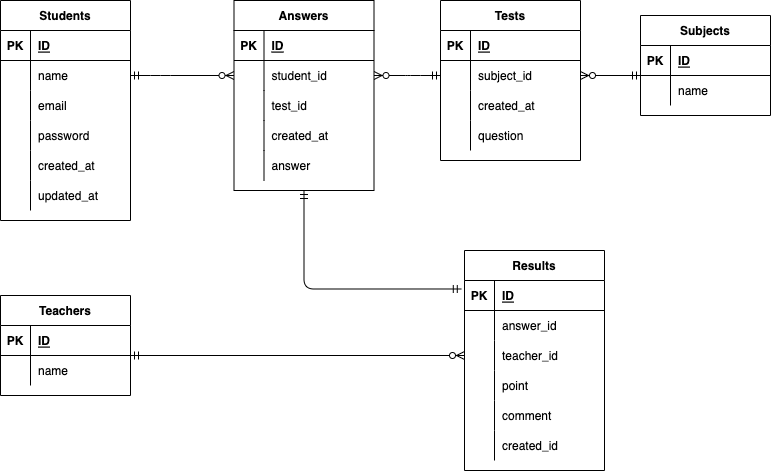
Above: dbstudy.drawio.png in takahikoarai/db-practice (draw.io), before the change. Source tidied: cells renumbered, new cells last; positions are measured from the earlier drawing's top-left corner, leaving out a move shared by most shapes.
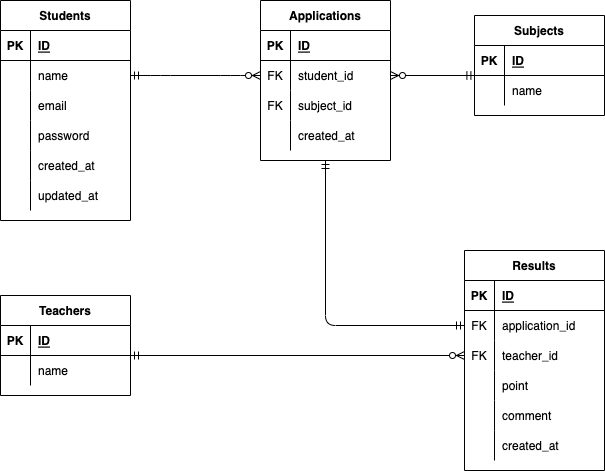
The same file after the commit.

The edit, as a diff of the source:
```diff
@@ -59,54 +59,6 @@
     <mxCell id="20" value="updated_at" style="shape=partialRectangle;fillColor=none;top=0;left=0;bottom=0;right=0;align=left;spacingLeft=6;overflow=hidden;" parent="18" vertex="1">
       <mxGeometry x="30" width="100" height="30" as="geometry" />
     </mxCell>
-    <mxCell id="21" value="Answers" style="shape=table;startSize=30;rowLines=0;fontStyle=1;align=center;" parent="1" vertex="1">
-      <mxGeometry x="233.5" width="140" height="190" as="geometry" />
-    </mxCell>
-    <mxCell id="22" style="shape=partialRectangle;fillColor=none;top=0;left=0;bottom=1;right=0;" parent="21" vertex="1">
-      <mxGeometry y="30" width="140" height="30" as="geometry" />
-    </mxCell>
-    <mxCell id="23" value="PK" style="shape=partialRectangle;fillColor=none;top=0;left=0;bottom=0;right=0;fontStyle=1;overflow=hidden;" parent="22" vertex="1">
-      <mxGeometry width="30" height="30" as="geometry" />
-    </mxCell>
-    <mxCell id="24" value="ID" style="shape=partialRectangle;fillColor=none;top=0;left=0;bottom=0;right=0;align=left;spacingLeft=6;fontStyle=5;overflow=hidden;" parent="22" vertex="1">
-      <mxGeometry x="30" width="110" height="30" as="geometry" />
-    </mxCell>
-    <mxCell id="25" style="shape=partialRectangle;fillColor=none;top=0;left=0;bottom=0;right=0;points=[[0,0.5],[1,0.5]];portConstraint=eastwest;" parent="21" vertex="1">
-      <mxGeometry y="60" width="140" height="30" as="geometry" />
-    </mxCell>
-    <mxCell id="26" style="shape=partialRectangle;fillColor=none;top=0;left=0;bottom=0;right=0;overflow=hidden;" parent="25" vertex="1">
-      <mxGeometry width="30" height="30" as="geometry" />
-    </mxCell>
-    <mxCell id="27" value="student_id" style="shape=partialRectangle;fillColor=none;top=0;left=0;bottom=0;right=0;align=left;spacingLeft=6;overflow=hidden;" parent="25" vertex="1">
-      <mxGeometry x="30" width="110" height="30" as="geometry" />
-    </mxCell>
-    <mxCell id="28" style="shape=partialRectangle;fillColor=none;top=0;left=0;bottom=0;right=0;" parent="21" vertex="1">
-      <mxGeometry y="90" width="140" height="30" as="geometry" />
-    </mxCell>
-    <mxCell id="29" style="shape=partialRectangle;fillColor=none;top=0;left=0;bottom=0;right=0;overflow=hidden;" parent="28" vertex="1">
-      <mxGeometry width="30" height="30" as="geometry" />
-    </mxCell>
-    <mxCell id="30" value="test_id" style="shape=partialRectangle;fillColor=none;top=0;left=0;bottom=0;right=0;align=left;spacingLeft=6;overflow=hidden;" parent="28" vertex="1">
-      <mxGeometry x="30" width="110" height="30" as="geometry" />
-    </mxCell>
-    <mxCell id="31" style="shape=partialRectangle;fillColor=none;top=0;left=0;bottom=0;right=0;" parent="21" vertex="1">
-      <mxGeometry y="120" width="140" height="30" as="geometry" />
-    </mxCell>
-    <mxCell id="32" style="shape=partialRectangle;fillColor=none;top=0;left=0;bottom=0;right=0;overflow=hidden;" parent="31" vertex="1">
-      <mxGeometry width="30" height="30" as="geometry" />
-    </mxCell>
-    <mxCell id="33" value="created_at" style="shape=partialRectangle;fillColor=none;top=0;left=0;bottom=0;right=0;align=left;spacingLeft=6;overflow=hidden;" parent="31" vertex="1">
-      <mxGeometry x="30" width="110" height="30" as="geometry" />
-    </mxCell>
-    <mxCell id="34" style="shape=partialRectangle;fillColor=none;top=0;left=0;bottom=0;right=0;" parent="21" vertex="1">
-      <mxGeometry y="150" width="140" height="30" as="geometry" />
-    </mxCell>
-    <mxCell id="35" style="shape=partialRectangle;fillColor=none;top=0;left=0;bottom=0;right=0;overflow=hidden;" parent="34" vertex="1">
-      <mxGeometry width="30" height="30" as="geometry" />
-    </mxCell>
-    <mxCell id="36" value="answer" style="shape=partialRectangle;fillColor=none;top=0;left=0;bottom=0;right=0;align=left;spacingLeft=6;overflow=hidden;" parent="34" vertex="1">
-      <mxGeometry x="30" width="110" height="30" as="geometry" />
-    </mxCell>
     <mxCell id="37" value="Results" style="shape=table;startSize=30;rowLines=0;fontStyle=1;align=center;" parent="1" vertex="1">
       <mxGeometry x="464" y="250" width="140" height="220" as="geometry" />
     </mxCell>
@@ -122,16 +74,16 @@
     <mxCell id="41" style="shape=partialRectangle;fillColor=none;top=0;left=0;bottom=0;right=0;points=[[0,0.5],[1,0.5]];portConstraint=eastwest;" parent="37" vertex="1">
       <mxGeometry y="60" width="140" height="30" as="geometry" />
     </mxCell>
-    <mxCell id="42" style="shape=partialRectangle;fillColor=none;top=0;left=0;bottom=0;right=0;overflow=hidden;" parent="41" vertex="1">
+    <mxCell id="42" value="FK" style="shape=partialRectangle;fillColor=none;top=0;left=0;bottom=0;right=0;overflow=hidden;" parent="41" vertex="1">
       <mxGeometry width="30" height="30" as="geometry" />
     </mxCell>
-    <mxCell id="43" value="answer_id" style="shape=partialRectangle;fillColor=none;top=0;left=0;bottom=0;right=0;align=left;spacingLeft=6;overflow=hidden;" parent="41" vertex="1">
+    <mxCell id="43" value="application_id" style="shape=partialRectangle;fillColor=none;top=0;left=0;bottom=0;right=0;align=left;spacingLeft=6;overflow=hidden;" parent="41" vertex="1">
       <mxGeometry x="30" width="110" height="30" as="geometry" />
     </mxCell>
     <mxCell id="44" style="shape=partialRectangle;fillColor=none;top=0;left=0;bottom=0;right=0;points=[[0,0.5],[1,0.5]];portConstraint=eastwest;" parent="37" vertex="1">
       <mxGeometry y="90" width="140" height="30" as="geometry" />
     </mxCell>
-    <mxCell id="45" style="shape=partialRectangle;fillColor=none;top=0;left=0;bottom=0;right=0;overflow=hidden;" parent="44" vertex="1">
+    <mxCell id="45" value="FK" style="shape=partialRectangle;fillColor=none;top=0;left=0;bottom=0;right=0;overflow=hidden;" parent="44" vertex="1">
       <mxGeometry width="30" height="30" as="geometry" />
     </mxCell>
     <mxCell id="46" value="teacher_id" style="shape=partialRectangle;fillColor=none;top=0;left=0;bottom=0;right=0;align=left;spacingLeft=6;overflow=hidden;" parent="44" vertex="1">
@@ -161,48 +113,9 @@
     <mxCell id="54" style="shape=partialRectangle;fillColor=none;top=0;left=0;bottom=0;right=0;overflow=hidden;" parent="53" vertex="1">
       <mxGeometry width="30" height="30" as="geometry" />
     </mxCell>
-    <mxCell id="55" value="created_id" style="shape=partialRectangle;fillColor=none;top=0;left=0;bottom=0;right=0;align=left;spacingLeft=6;overflow=hidden;" parent="53" vertex="1">
+    <mxCell id="55" value="created_at" style="shape=partialRectangle;fillColor=none;top=0;left=0;bottom=0;right=0;align=left;spacingLeft=6;overflow=hidden;" parent="53" vertex="1">
       <mxGeometry x="30" width="110" height="30" as="geometry" />
     </mxCell>
-    <mxCell id="56" value="Tests" style="shape=table;startSize=30;rowLines=0;fontStyle=1;align=center;" parent="1" vertex="1">
-      <mxGeometry x="440" width="140" height="160" as="geometry" />
-    </mxCell>
-    <mxCell id="57" style="shape=partialRectangle;fillColor=none;top=0;left=0;bottom=1;right=0;" parent="56" vertex="1">
-      <mxGeometry y="30" width="140" height="30" as="geometry" />
-    </mxCell>
-    <mxCell id="58" value="PK" style="shape=partialRectangle;fillColor=none;top=0;left=0;bottom=0;right=0;fontStyle=1;overflow=hidden;" parent="57" vertex="1">
-      <mxGeometry width="30" height="30" as="geometry" />
-    </mxCell>
-    <mxCell id="59" value="ID" style="shape=partialRectangle;fillColor=none;top=0;left=0;bottom=0;right=0;align=left;spacingLeft=6;fontStyle=5;overflow=hidden;" parent="57" vertex="1">
-      <mxGeometry x="30" width="110" height="30" as="geometry" />
-    </mxCell>
-    <mxCell id="60" style="shape=partialRectangle;fillColor=none;top=0;left=0;bottom=0;right=0;points=[[0,0.5],[1,0.5]];portConstraint=eastwest;" parent="56" vertex="1">
-      <mxGeometry y="60" width="140" height="30" as="geometry" />
-    </mxCell>
-    <mxCell id="61" style="shape=partialRectangle;fillColor=none;top=0;left=0;bottom=0;right=0;overflow=hidden;" parent="60" vertex="1">
-      <mxGeometry width="30" height="30" as="geometry" />
-    </mxCell>
-    <mxCell id="62" value="subject_id" style="shape=partialRectangle;fillColor=none;top=0;left=0;bottom=0;right=0;align=left;spacingLeft=6;overflow=hidden;" parent="60" vertex="1">
-      <mxGeometry x="30" width="110" height="30" as="geometry" />
-    </mxCell>
-    <mxCell id="63" style="shape=partialRectangle;fillColor=none;top=0;left=0;bottom=0;right=0;" parent="56" vertex="1">
-      <mxGeometry y="90" width="140" height="30" as="geometry" />
-    </mxCell>
-    <mxCell id="64" style="shape=partialRectangle;fillColor=none;top=0;left=0;bottom=0;right=0;overflow=hidden;" parent="63" vertex="1">
-      <mxGeometry width="30" height="30" as="geometry" />
-    </mxCell>
-    <mxCell id="65" value="created_at" style="shape=partialRectangle;fillColor=none;top=0;left=0;bottom=0;right=0;align=left;spacingLeft=6;overflow=hidden;" parent="63" vertex="1">
-      <mxGeometry x="30" width="110" height="30" as="geometry" />
-    </mxCell>
-    <mxCell id="66" style="shape=partialRectangle;fillColor=none;top=0;left=0;bottom=0;right=0;" parent="56" vertex="1">
-      <mxGeometry y="120" width="140" height="30" as="geometry" />
-    </mxCell>
-    <mxCell id="67" style="shape=partialRectangle;fillColor=none;top=0;left=0;bottom=0;right=0;overflow=hidden;" parent="66" vertex="1">
-      <mxGeometry width="30" height="30" as="geometry" />
-    </mxCell>
-    <mxCell id="68" value="question" style="shape=partialRectangle;fillColor=none;top=0;left=0;bottom=0;right=0;align=left;spacingLeft=6;overflow=hidden;" parent="66" vertex="1">
-      <mxGeometry x="30" width="110" height="30" as="geometry" />
-    </mxCell>
     <mxCell id="69" value="Teachers" style="shape=table;startSize=30;rowLines=0;fontStyle=1;align=center;" parent="1" vertex="1">
       <mxGeometry y="295" width="130" height="100" as="geometry" />
     </mxCell>
@@ -224,22 +137,16 @@
     <mxCell id="75" value="name" style="shape=partialRectangle;fillColor=none;top=0;left=0;bottom=0;right=0;align=left;spacingLeft=6;overflow=hidden;" parent="73" vertex="1">
       <mxGeometry x="30" width="100" height="30" as="geometry" />
     </mxCell>
-    <mxCell id="76" style="edgeStyle=entityRelationEdgeStyle;fontSize=12;html=1;endArrow=ERzeroToMany;startArrow=ERmandOne;entryX=0;entryY=0.5;entryDx=0;entryDy=0;" parent="1" edge="1" source="6" target="25">
+    <mxCell id="76" style="edgeStyle=entityRelationEdgeStyle;fontSize=12;html=1;endArrow=ERzeroToMany;startArrow=ERmandOne;entryX=0;entryY=0.5;entryDx=0;entryDy=0;" parent="1" edge="1" source="6" target="92">
       <mxGeometry relative="1" as="geometry" />
     </mxCell>
-    <mxCell id="77" style="edgeStyle=entityRelationEdgeStyle;fontSize=12;html=1;endArrow=ERzeroToMany;startArrow=ERmandOne;exitX=0;exitY=0.5;exitDx=0;exitDy=0;entryX=1;entryY=0.5;entryDx=0;entryDy=0;" parent="1" edge="1" source="60" target="25">
-      <mxGeometry relative="1" as="geometry" />
-    </mxCell>
     <mxCell id="78" style="fontSize=12;html=1;endArrow=ERzeroToMany;startArrow=ERmandOne;entryX=0;entryY=0.5;entryDx=0;entryDy=0;" parent="1" edge="1" target="44">
       <mxGeometry relative="1" as="geometry">
         <mxPoint x="130" y="355" as="sourcePoint" />
       </mxGeometry>
     </mxCell>
-    <mxCell id="79" style="edgeStyle=orthogonalEdgeStyle;fontSize=12;html=1;endArrow=ERmandOne;startArrow=ERmandOne;exitX=-0.023;exitY=0.283;exitDx=0;exitDy=0;exitPerimeter=0;entryX=0.5;entryY=1;entryDx=0;entryDy=0;" parent="1" edge="1" source="38" target="21">
-      <mxGeometry relative="1" as="geometry" />
-    </mxCell>
     <mxCell id="80" value="Subjects" style="shape=table;startSize=30;rowLines=0;fontStyle=1;align=center;" parent="1" vertex="1">
-      <mxGeometry x="640" y="15" width="130" height="100" as="geometry" />
+      <mxGeometry x="474" y="15" width="130" height="100" as="geometry" />
     </mxCell>
     <mxCell id="81" style="shape=partialRectangle;fillColor=none;top=0;left=0;bottom=1;right=0;" parent="80" vertex="1">
       <mxGeometry y="30" width="130" height="30" as="geometry" />
@@ -259,10 +166,52 @@
     <mxCell id="86" value="name" style="shape=partialRectangle;fillColor=none;top=0;left=0;bottom=0;right=0;align=left;spacingLeft=6;overflow=hidden;" parent="84" vertex="1">
       <mxGeometry x="30" width="100" height="30" as="geometry" />
     </mxCell>
-    <mxCell id="87" style="fontSize=12;html=1;endArrow=ERzeroToMany;startArrow=ERmandOne;entryX=1;entryY=0.5;entryDx=0;entryDy=0;" parent="1" edge="1" target="60">
+    <mxCell id="87" style="fontSize=12;html=1;endArrow=ERzeroToMany;startArrow=ERmandOne;entryX=1;entryY=0.5;entryDx=0;entryDy=0;exitX=0.003;exitY=0;exitDx=0;exitDy=0;exitPerimeter=0;" parent="1" edge="1" source="84">
       <mxGeometry relative="1" as="geometry">
-        <mxPoint x="640" y="75" as="sourcePoint" />
+        <mxPoint x="390" y="75" as="targetPoint" />
       </mxGeometry>
     </mxCell>
+    <mxCell id="88" value="Applications" style="shape=table;startSize=30;rowLines=0;fontStyle=1;align=center;" parent="1" vertex="1">
+      <mxGeometry x="260" width="130" height="160" as="geometry" />
+    </mxCell>
+    <mxCell id="89" style="shape=partialRectangle;fillColor=none;top=0;left=0;bottom=1;right=0;" parent="88" vertex="1">
+      <mxGeometry y="30" width="130" height="30" as="geometry" />
+    </mxCell>
+    <mxCell id="90" value="PK" style="shape=partialRectangle;fillColor=none;top=0;left=0;bottom=0;right=0;fontStyle=1;overflow=hidden;" parent="89" vertex="1">
+      <mxGeometry width="30" height="30" as="geometry" />
+    </mxCell>
+    <mxCell id="91" value="ID" style="shape=partialRectangle;fillColor=none;top=0;left=0;bottom=0;right=0;align=left;spacingLeft=6;fontStyle=5;overflow=hidden;" parent="89" vertex="1">
+      <mxGeometry x="30" width="100" height="30" as="geometry" />
+    </mxCell>
+    <mxCell id="92" style="shape=partialRectangle;fillColor=none;top=0;left=0;bottom=0;right=0;points=[[0,0.5],[1,0.5]];portConstraint=eastwest;" parent="88" vertex="1">
+      <mxGeometry y="60" width="130" height="30" as="geometry" />
+    </mxCell>
+    <mxCell id="93" value="FK" style="shape=partialRectangle;fillColor=none;top=0;left=0;bottom=0;right=0;overflow=hidden;" parent="92" vertex="1">
+      <mxGeometry width="30" height="30" as="geometry" />
+    </mxCell>
+    <mxCell id="27" value="student_id" style="shape=partialRectangle;fillColor=none;top=0;left=0;bottom=0;right=0;align=left;spacingLeft=6;overflow=hidden;" parent="92" vertex="1">
+      <mxGeometry x="30" width="100" height="30" as="geometry" />
+    </mxCell>
+    <mxCell id="94" style="shape=partialRectangle;fillColor=none;top=0;left=0;bottom=0;right=0;" parent="88" vertex="1">
+      <mxGeometry y="90" width="130" height="30" as="geometry" />
+    </mxCell>
+    <mxCell id="95" value="FK" style="shape=partialRectangle;fillColor=none;top=0;left=0;bottom=0;right=0;overflow=hidden;" parent="94" vertex="1">
+      <mxGeometry width="30" height="30" as="geometry" />
+    </mxCell>
+    <mxCell id="62" value="subject_id" style="shape=partialRectangle;fillColor=none;top=0;left=0;bottom=0;right=0;align=left;spacingLeft=6;overflow=hidden;" parent="94" vertex="1">
+      <mxGeometry x="30" width="100" height="30" as="geometry" />
+    </mxCell>
+    <mxCell id="96" style="shape=partialRectangle;fillColor=none;top=0;left=0;bottom=0;right=0;" parent="88" vertex="1">
+      <mxGeometry y="120" width="130" height="30" as="geometry" />
+    </mxCell>
+    <mxCell id="97" style="shape=partialRectangle;fillColor=none;top=0;left=0;bottom=0;right=0;overflow=hidden;" parent="96" vertex="1">
+      <mxGeometry width="30" height="30" as="geometry" />
+    </mxCell>
+    <mxCell id="98" value="created_at" style="shape=partialRectangle;fillColor=none;top=0;left=0;bottom=0;right=0;align=left;spacingLeft=6;overflow=hidden;" parent="96" vertex="1">
+      <mxGeometry x="30" width="100" height="30" as="geometry" />
+    </mxCell>
+    <mxCell id="99" style="edgeStyle=orthogonalEdgeStyle;fontSize=12;html=1;endArrow=ERmandOne;startArrow=ERmandOne;exitX=0.5;exitY=1;exitDx=0;exitDy=0;entryX=0;entryY=0.5;entryDx=0;entryDy=0;" parent="1" edge="1" source="88" target="41">
+      <mxGeometry relative="1" as="geometry" />
+    </mxCell>
   </root>
 </mxGraphModel>
```
